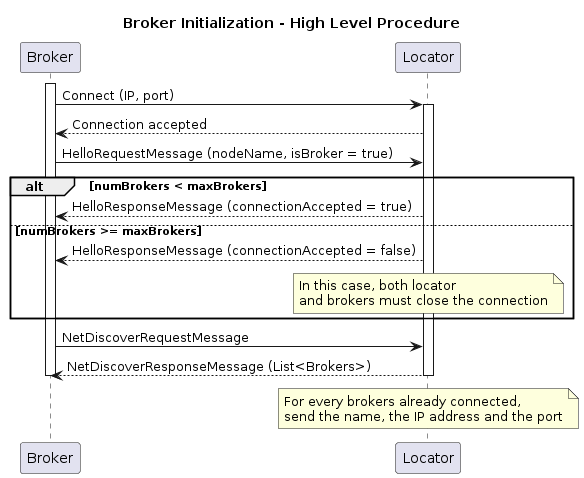
Above: ds-queuing-system/deliverables/sequence-diagrams/01a - Broker Initialization - High Level Procedure.png in matteo-figini/ds-queuing-system (PlantUML), before the change. The source it was exported from:
```plantuml
@startuml
title Broker Initialization - High Level Procedure

participant Broker as B
participant Locator as L

activate B
B -> L: Connect (IP, port)
activate L
L --> B: Connection accepted
B -> L: HelloRequestMessage (nodeName, isBroker = true)
alt numBrokers < maxBrokers
L --> B: HelloResponseMessage (connectionAccepted = true)
else numBrokers >= maxBrokers
L --> B: HelloResponseMessage (connectionAccepted = false)
note over L
In this case, both locator
and brokers must close the connection
end note
end
B -> L: NetDiscoverRequestMessage
L --> B: NetDiscoverResponseMessage (List<Brokers>)
note over L
For every brokers already connected,
send the name, the IP address and the port
end note

deactivate L
deactivate B
@enduml
```
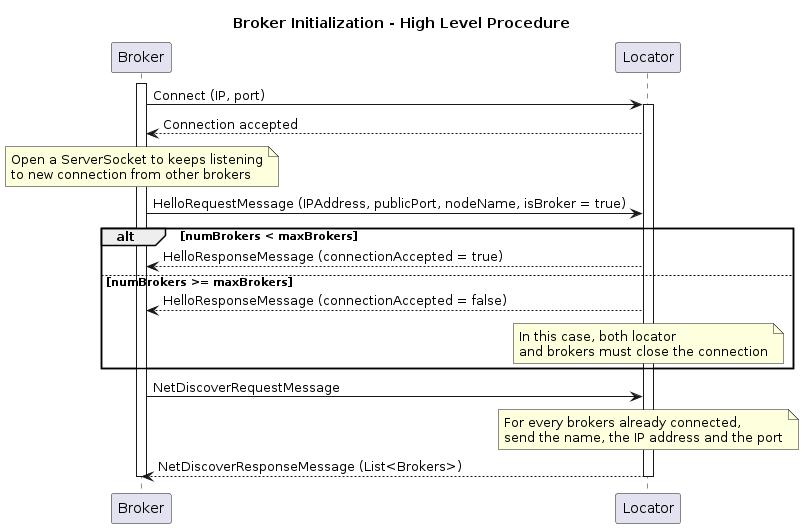
The same file after the commit.

Commit message:
[NETWORK] Sequence Diagrams updated.

What changed in the source:
```diff
@@ -8,7 +8,11 @@
 B -> L: Connect (IP, port)
 activate L
 L --> B: Connection accepted
-B -> L: HelloRequestMessage (nodeName, isBroker = true)
+note over B
+Open a ServerSocket to keeps listening
+to new connection from other brokers
+end note
+B -> L: HelloRequestMessage (IPAddress, publicPort, nodeName, isBroker = true)
 alt numBrokers < maxBrokers
 L --> B: HelloResponseMessage (connectionAccepted = true)
 else numBrokers >= maxBrokers
@@ -19,12 +23,11 @@
 end note
 end
 B -> L: NetDiscoverRequestMessage
-L --> B: NetDiscoverResponseMessage (List<Brokers>)
 note over L
 For every brokers already connected,
 send the name, the IP address and the port
 end note
-
+L --> B: NetDiscoverResponseMessage (List<Brokers>)
 deactivate L
 deactivate B
 @enduml
```
